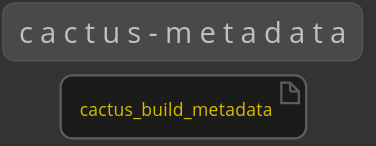
Before: docs/1.2.2/lexakai/cactus-build/metadata/documentation/diagrams/dependencies.svg, a diagram exported from PlantUML (Telenav/cactus-assets).
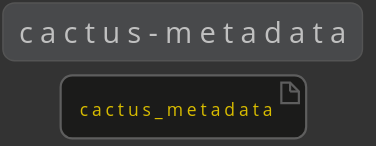
Above is the later version.

What changed in the source:
```diff
@@ -4,6 +4,6 @@
 
     title "cactus-metadata"
 
-    artifact cactus_build_metadata
+    artifact cactus_metadata
 
 @enduml
```
